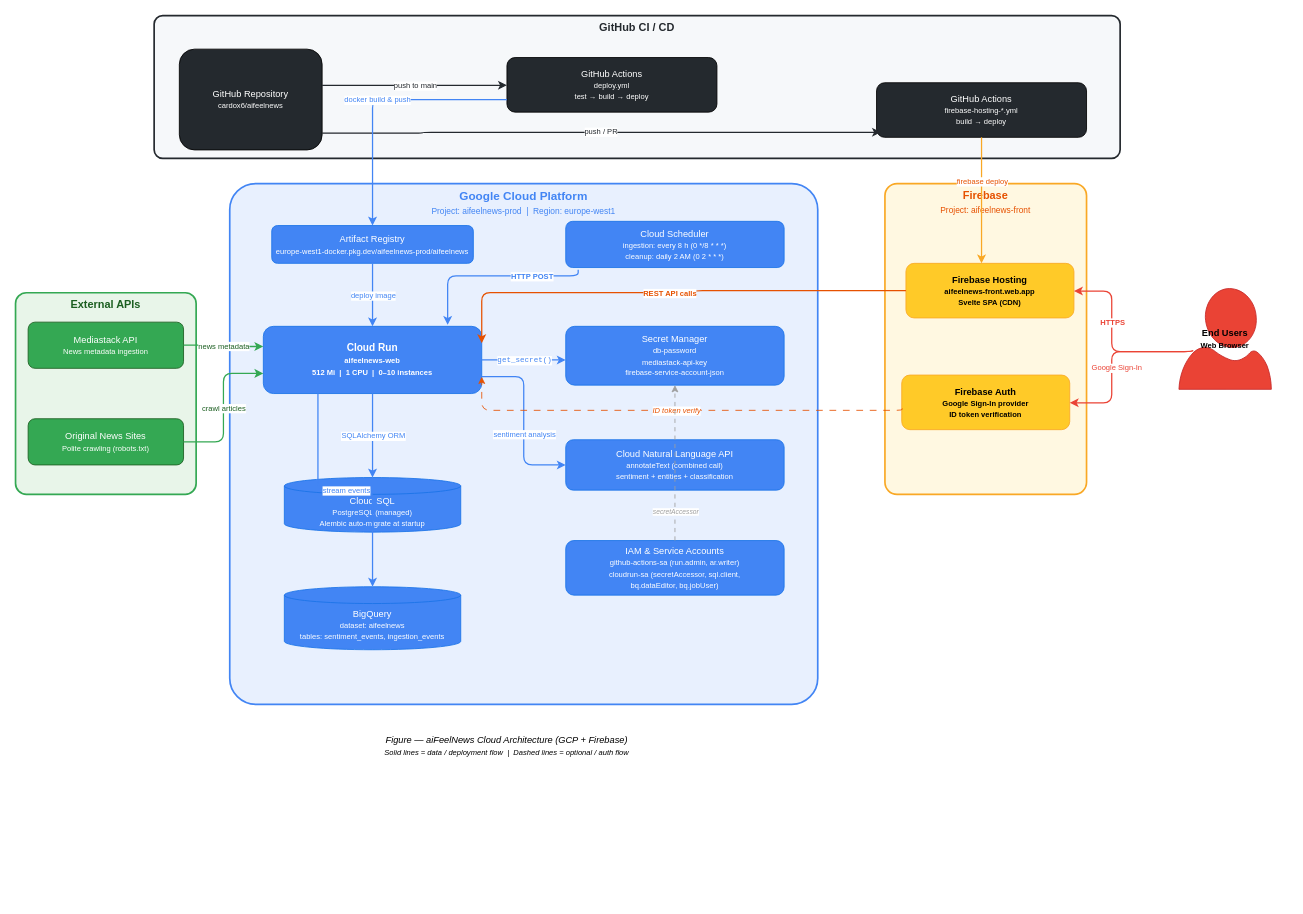
Earlier version of the draw.io diagram docs/Cloud_Architecture_Diagram.drawio.xml (cardox6/aifeelnews). Source tidied: cells renumbered, new cells numbered last; positions are measured from the earlier drawing's top-left corner, leaving out a move shared by most shapes. Both pictures are drawn from the tidied source at 84%, with x=0, y=0 at pixel (15, 15).
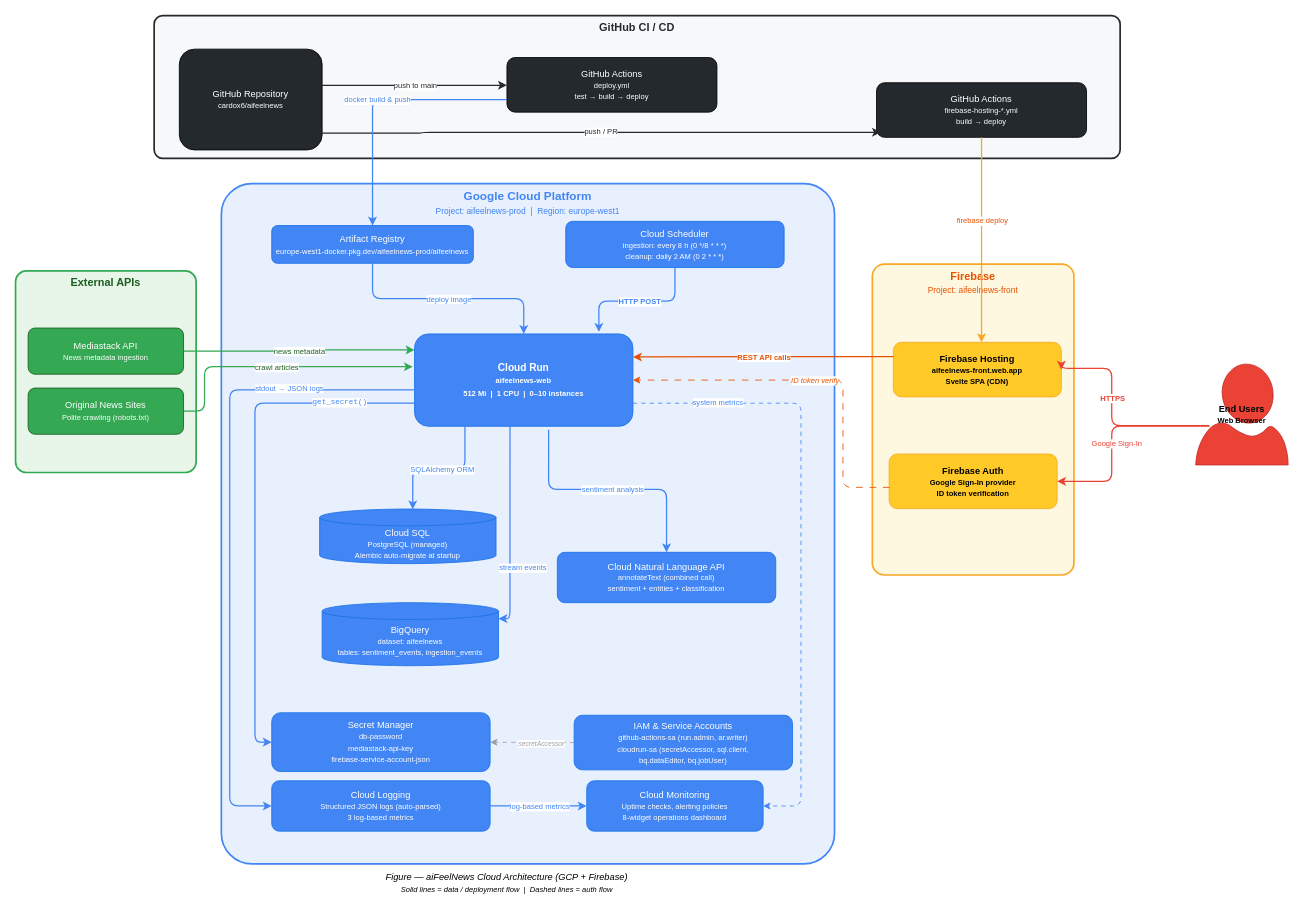
The same diagram, later.

Commit message (it also covers changes not shown here):
feat(monitoring): add Cloud Monitoring and Logging via Terraform

Unchanged cells that the change refers to:
```xml
<mxCell id="13" value="Cloud Scheduler&lt;br&gt;&lt;font style=&quot;font-size:9px&quot;&gt;ingestion: every 8 h (0 */8 * * *)&lt;br&gt;cleanup: daily 2 AM (0 2 * * *)&lt;/font&gt;" style="rounded=1;whiteSpace=wrap;html=1;fillColor=#4285F4;strokeColor=#1A73E8;fontColor=#FFFFFF;fontSize=11;" parent="1" vertex="1">
  <mxGeometry x="655" y="245" width="260" height="55" as="geometry" />
</mxCell>
<mxCell id="55" style="edgeStyle=orthogonalEdgeStyle;rounded=1;jettySize=auto;html=1;strokeWidth=1;strokeColor=#9E9E9E;dashed=1;dashPattern=5 5;" parent="1" edge="1" source="16" target="14">
  <mxGeometry relative="1" as="geometry" />
</mxCell>
```

The edit, as a diff of the source:
```diff
@@
+    <mxCell id="57" style="group;" parent="1" vertex="1">
+      <mxGeometry x="1020" y="295" width="240" height="370" as="geometry" />
+    </mxCell>
+    <mxCell id="58" style="group;" parent="57" vertex="1">
+      <mxGeometry y="1" width="240" height="370" as="geometry" />
+    </mxCell>
+    <mxCell id="4" value="Firebase&lt;br&gt;&lt;font style=&quot;font-size:10px;font-weight:normal&quot;&gt;Project: aifeelnews-front&lt;/font&gt;" style="rounded=1;whiteSpace=wrap;html=1;fillColor=#FFF8E1;strokeColor=#F9A825;strokeWidth=2;verticalAlign=top;fontStyle=1;fontSize=13;fontColor=#E65100;arcSize=6;" parent="58" vertex="1">
+      <mxGeometry width="240" height="370" as="geometry" />
+    </mxCell>
+    <mxCell id="17" value="Firebase Hosting&lt;br&gt;&lt;font style=&quot;font-size:9px&quot;&gt;aifeelnews-front.web.app&lt;br&gt;Svelte SPA (CDN)&lt;/font&gt;" style="rounded=1;whiteSpace=wrap;html=1;fillColor=#FFCA28;strokeColor=#F9A825;fontColor=#000000;fontSize=11;fontStyle=1;" parent="58" vertex="1">
+      <mxGeometry x="25" y="93" width="200" height="65" as="geometry" />
+    </mxCell>
+    <mxCell id="18" value="Firebase Auth&lt;br&gt;&lt;font style=&quot;font-size:9px&quot;&gt;Google Sign-In provider&lt;br&gt;ID token verification&lt;/font&gt;" style="rounded=1;whiteSpace=wrap;html=1;fillColor=#FFCA28;strokeColor=#F9A825;fontColor=#000000;fontSize=11;fontStyle=1;" parent="58" vertex="1">
+      <mxGeometry x="20" y="226" width="200" height="65" as="geometry" />
+    </mxCell>
@@
     <mxCell id="3" value="Google Cloud Platform&lt;br&gt;&lt;font style=&quot;font-size:10px;font-weight:normal&quot;&gt;Project: aifeelnews-prod &amp;nbsp;|&amp;nbsp; Region: europe-west1&lt;/font&gt;" style="rounded=1;whiteSpace=wrap;html=1;fillColor=#E8F0FE;strokeColor=#4285F4;strokeWidth=2;verticalAlign=top;fontStyle=1;fontSize=14;fontColor=#4285F4;arcSize=5;" parent="1" vertex="1">
-      <mxGeometry x="255" y="200" width="700" height="620" as="geometry" />
+      <mxGeometry x="245" y="200" width="730" height="810" as="geometry" />
     </mxCell>
-    <mxCell id="4" value="Firebase&lt;br&gt;&lt;font style=&quot;font-size:10px;font-weight:normal&quot;&gt;Project: aifeelnews-front&lt;/font&gt;" style="rounded=1;whiteSpace=wrap;html=1;fillColor=#FFF8E1;strokeColor=#F9A825;strokeWidth=2;verticalAlign=top;fontStyle=1;fontSize=13;fontColor=#E65100;arcSize=6;" parent="1" vertex="1">
-      <mxGeometry x="1035" y="200" width="240" height="370" as="geometry" />
-    </mxCell>
     <mxCell id="5" value="External APIs" style="rounded=1;whiteSpace=wrap;html=1;fillColor=#E8F5E9;strokeColor=#34A853;strokeWidth=2;verticalAlign=top;fontStyle=1;fontSize=13;fontColor=#1B5E20;arcSize=6;" parent="1" vertex="1">
-      <mxGeometry y="330" width="215" height="240" as="geometry" />
+      <mxGeometry y="304" width="215" height="240" as="geometry" />
     </mxCell>
@@
     <mxCell id="10" value="Cloud Run&lt;br&gt;&lt;font style=&quot;font-size:9px&quot;&gt;aifeelnews-web&lt;br&gt;512 Mi &amp;nbsp;|&amp;nbsp; 1 CPU &amp;nbsp;|&amp;nbsp; 0–10 instances&lt;/font&gt;" style="rounded=1;whiteSpace=wrap;html=1;fillColor=#4285F4;strokeColor=#1A73E8;fontColor=#FFFFFF;fontSize=12;fontStyle=1;" parent="1" vertex="1">
-      <mxGeometry x="295" y="370" width="260" height="80" as="geometry" />
+      <mxGeometry x="475" y="379" width="260" height="110" as="geometry" />
     </mxCell>
     <mxCell id="11" value="Cloud SQL&lt;br&gt;&lt;font style=&quot;font-size:9px&quot;&gt;PostgreSQL (managed)&lt;br&gt;Alembic auto-migrate at startup&lt;/font&gt;" style="shape=cylinder3;whiteSpace=wrap;html=1;boundedLbl=1;backgroundOutline=1;size=10;fillColor=#4285F4;strokeColor=#1A73E8;fontColor=#FFFFFF;fontSize=11;" parent="1" vertex="1">
-      <mxGeometry x="320" y="550" width="210" height="65" as="geometry" />
+      <mxGeometry x="362" y="587.5" width="210" height="65" as="geometry" />
     </mxCell>
     <mxCell id="12" value="BigQuery&lt;br&gt;&lt;font style=&quot;font-size:9px&quot;&gt;dataset: aifeelnews&lt;br&gt;tables: sentiment_events, ingestion_events&lt;/font&gt;" style="shape=cylinder3;whiteSpace=wrap;html=1;boundedLbl=1;backgroundOutline=1;size=10;fillColor=#4285F4;strokeColor=#1A73E8;fontColor=#FFFFFF;fontSize=11;" parent="1" vertex="1">
-      <mxGeometry x="320" y="680" width="210" height="75" as="geometry" />
+      <mxGeometry x="365" y="699" width="210" height="75" as="geometry" />
     </mxCell>
@@
     <mxCell id="14" value="Secret Manager&lt;br&gt;&lt;font style=&quot;font-size:9px&quot;&gt;db-password&lt;br&gt;mediastack-api-key&lt;br&gt;firebase-service-account-json&lt;/font&gt;" style="rounded=1;whiteSpace=wrap;html=1;fillColor=#4285F4;strokeColor=#1A73E8;fontColor=#FFFFFF;fontSize=11;" parent="1" vertex="1">
-      <mxGeometry x="655" y="370" width="260" height="70" as="geometry" />
+      <mxGeometry x="305" y="830" width="260" height="70" as="geometry" />
     </mxCell>
     <mxCell id="15" value="Cloud Natural Language API&lt;br&gt;&lt;font style=&quot;font-size:9px&quot;&gt;annotateText (combined call)&lt;br&gt;sentiment + entities + classification&lt;/font&gt;" style="rounded=1;whiteSpace=wrap;html=1;fillColor=#4285F4;strokeColor=#1A73E8;fontColor=#FFFFFF;fontSize=11;" parent="1" vertex="1">
-      <mxGeometry x="655" y="505" width="260" height="60" as="geometry" />
+      <mxGeometry x="645" y="639" width="260" height="60" as="geometry" />
     </mxCell>
     <mxCell id="16" value="IAM &amp;amp; Service Accounts&lt;br&gt;&lt;font style=&quot;font-size:9px&quot;&gt;github-actions-sa (run.admin, ar.writer)&lt;br&gt;cloudrun-sa (secretAccessor, sql.client,&lt;br&gt;bq.dataEditor, bq.jobUser)&lt;/font&gt;" style="rounded=1;whiteSpace=wrap;html=1;fillColor=#4285F4;strokeColor=#1A73E8;fontColor=#FFFFFF;fontSize=11;" parent="1" vertex="1">
-      <mxGeometry x="655" y="625" width="260" height="65" as="geometry" />
+      <mxGeometry x="665" y="833" width="260" height="65" as="geometry" />
     </mxCell>
-    <mxCell id="17" value="Firebase Hosting&lt;br&gt;&lt;font style=&quot;font-size:9px&quot;&gt;aifeelnews-front.web.app&lt;br&gt;Svelte SPA (CDN)&lt;/font&gt;" style="rounded=1;whiteSpace=wrap;html=1;fillColor=#FFCA28;strokeColor=#F9A825;fontColor=#000000;fontSize=11;fontStyle=1;" parent="1" vertex="1">
-      <mxGeometry x="1060" y="295" width="200" height="65" as="geometry" />
-    </mxCell>
-    <mxCell id="18" value="Firebase Auth&lt;br&gt;&lt;font style=&quot;font-size:9px&quot;&gt;Google Sign-In provider&lt;br&gt;ID token verification&lt;/font&gt;" style="rounded=1;whiteSpace=wrap;html=1;fillColor=#FFCA28;strokeColor=#F9A825;fontColor=#000000;fontSize=11;fontStyle=1;" parent="1" vertex="1">
-      <mxGeometry x="1055" y="428" width="200" height="65" as="geometry" />
-    </mxCell>
     <mxCell id="19" value="Mediastack API&lt;br&gt;&lt;font style=&quot;font-size:9px&quot;&gt;News metadata ingestion&lt;/font&gt;" style="rounded=1;whiteSpace=wrap;html=1;fillColor=#34A853;strokeColor=#1B5E20;fontColor=#FFFFFF;fontSize=11;" parent="1" vertex="1">
-      <mxGeometry x="15" y="365" width="185" height="55" as="geometry" />
+      <mxGeometry x="15" y="372" width="185" height="55" as="geometry" />
     </mxCell>
     <mxCell id="20" value="Original News Sites&lt;br&gt;&lt;font style=&quot;font-size:9px&quot;&gt;Polite crawling (robots.txt)&lt;/font&gt;" style="rounded=1;whiteSpace=wrap;html=1;fillColor=#34A853;strokeColor=#1B5E20;fontColor=#FFFFFF;fontSize=11;" parent="1" vertex="1">
-      <mxGeometry x="15" y="480" width="185" height="55" as="geometry" />
+      <mxGeometry x="15" y="443.5" width="185" height="55" as="geometry" />
     </mxCell>
     <mxCell id="21" value="End Users&lt;br&gt;&lt;font style=&quot;font-size:9px&quot;&gt;Web Browser&lt;/font&gt;" style="shape=mxgraph.azure.user;whiteSpace=wrap;html=1;fillColor=#EA4335;strokeColor=#C62828;fontColor=#000000;fontSize=11;fontStyle=1;" parent="1" vertex="1">
-      <mxGeometry x="1385" y="325" width="110" height="120" as="geometry" />
+      <mxGeometry x="1405" y="415" width="110" height="120" as="geometry" />
     </mxCell>
+    <mxCell id="59" value="Cloud Logging&lt;br&gt;&lt;font style=&quot;font-size:9px&quot;&gt;Structured JSON logs (auto-parsed)&lt;br&gt;3 log-based metrics&lt;/font&gt;" style="rounded=1;whiteSpace=wrap;html=1;fillColor=#4285F4;strokeColor=#1A73E8;fontColor=#FFFFFF;fontSize=11;" parent="1" vertex="1">
+      <mxGeometry x="305" y="911" width="260" height="60" as="geometry" />
+    </mxCell>
+    <mxCell id="60" value="Cloud Monitoring&lt;br&gt;&lt;font style=&quot;font-size:9px&quot;&gt;Uptime checks, alerting policies&lt;br&gt;8-widget operations dashboard&lt;/font&gt;" style="rounded=1;whiteSpace=wrap;html=1;fillColor=#4285F4;strokeColor=#1A73E8;fontColor=#FFFFFF;fontSize=11;" parent="1" vertex="1">
+      <mxGeometry x="680" y="911" width="210" height="60" as="geometry" />
+    </mxCell>
+    <mxCell id="61" style="edgeStyle=orthogonalEdgeStyle;rounded=1;jettySize=auto;html=1;strokeWidth=1.5;strokeColor=#4285F4;exitX=0.005;exitY=0.606;exitDx=0;exitDy=0;entryX=0;entryY=0.5;entryDx=0;entryDy=0;exitPerimeter=0;" parent="1" edge="1" source="10" target="59">
+      <mxGeometry relative="1" as="geometry">
+        <Array as="points">
+          <mxPoint x="255" y="446" />
+          <mxPoint x="255" y="941" />
+        </Array>
+      </mxGeometry>
+    </mxCell>
+    <mxCell id="62" value="stdout → JSON logs" style="edgeLabel;html=1;align=center;verticalAlign=middle;fontSize=9;fontColor=#4285F4;" parent="61" vertex="1">
+      <mxGeometry relative="1" as="geometry">
+        <mxPoint x="70" y="-164" as="offset" />
+      </mxGeometry>
+    </mxCell>
+    <mxCell id="63" style="edgeStyle=orthogonalEdgeStyle;rounded=1;jettySize=auto;html=1;strokeWidth=1.5;strokeColor=#4285F4;exitX=1;exitY=0.5;exitDx=0;exitDy=0;entryX=0;entryY=0.5;entryDx=0;entryDy=0;" parent="1" edge="1" source="59" target="60">
+      <mxGeometry relative="1" as="geometry" />
+    </mxCell>
+    <mxCell id="64" value="log-based metrics" style="edgeLabel;html=1;align=center;verticalAlign=middle;fontSize=9;fontColor=#4285F4;" parent="63" vertex="1">
+      <mxGeometry relative="1" as="geometry" />
+    </mxCell>
+    <mxCell id="65" style="edgeStyle=orthogonalEdgeStyle;rounded=1;jettySize=auto;html=1;strokeWidth=1;strokeColor=#4285F4;dashed=1;dashPattern=5 5;exitX=1;exitY=0.75;exitDx=0;exitDy=0;entryX=1;entryY=0.5;entryDx=0;entryDy=0;" parent="1" edge="1" source="10" target="60">
+      <mxGeometry relative="1" as="geometry">
+        <Array as="points">
+          <mxPoint x="935" y="461" />
+          <mxPoint x="935" y="941" />
+        </Array>
+      </mxGeometry>
+    </mxCell>
+    <mxCell id="66" value="system metrics" style="edgeLabel;html=1;align=center;verticalAlign=middle;fontFamily=Helvetica;fontSize=9;fontColor=#4285F4;labelBackgroundColor=default;fillColor=none;gradientColor=none;" parent="65" vertex="1">
+      <mxGeometry x="0.49" y="-1" relative="1" as="geometry">
+        <mxPoint x="-99" y="-341" as="offset" />
+      </mxGeometry>
+    </mxCell>
-    <mxCell id="22" value="Figure — aiFeelNews Cloud Architecture (GCP + Firebase)&lt;br&gt;&lt;font style=&quot;font-size:9px&quot;&gt;Solid lines = data / deployment flow &amp;nbsp;|&amp;nbsp; Dashed lines = optional / auth flow&lt;/font&gt;" style="text;html=1;whiteSpace=wrap;strokeColor=none;fillColor=none;align=center;verticalAlign=middle;fontSize=11;fontStyle=2;" parent="1" vertex="1">
-      <mxGeometry x="335" y="850" width="500" height="40" as="geometry" />
+    <mxCell id="22" value="Figure — aiFeelNews Cloud Architecture (GCP + Firebase)&lt;br&gt;&lt;font style=&quot;font-size:9px&quot;&gt;Solid lines = data / deployment flow &amp;nbsp;|&amp;nbsp; Dashed lines = auth flow&lt;/font&gt;" style="text;html=1;whiteSpace=wrap;strokeColor=none;fillColor=none;align=center;verticalAlign=middle;fontSize=11;fontStyle=2;" parent="1" vertex="1">
+      <mxGeometry x="335" y="1013" width="500" height="40" as="geometry" />
     </mxCell>
@@
-    <mxCell id="33" style="edgeStyle=orthogonalEdgeStyle;rounded=1;jettySize=auto;html=1;strokeWidth=1.5;strokeColor=#4285F4;exitX=0.057;exitY=1.048;exitDx=0;exitDy=0;entryX=0.844;entryY=-0.022;entryDx=0;entryDy=0;entryPerimeter=0;exitPerimeter=0;" parent="1" edge="1" source="13" target="10">
+    <mxCell id="33" style="edgeStyle=orthogonalEdgeStyle;rounded=1;jettySize=auto;html=1;strokeWidth=1.5;strokeColor=#4285F4;exitX=0.5;exitY=1;exitDx=0;exitDy=0;entryX=0.844;entryY=-0.022;entryDx=0;entryDy=0;entryPerimeter=0;" parent="1" edge="1" source="13" target="10">
       <mxGeometry relative="1" as="geometry">
         <Array as="points">
-          <mxPoint x="670" y="310" />
-          <mxPoint x="514" y="310" />
+          <mxPoint x="785" y="340" />
+          <mxPoint x="694" y="340" />
         </Array>
       </mxGeometry>
     </mxCell>
     <mxCell id="34" value="HTTP POST" style="edgeLabel;html=1;align=center;verticalAlign=middle;fontSize=9;fontColor=#4285F4;fontStyle=1;" parent="33" vertex="1">
       <mxGeometry relative="1" as="geometry">
-        <mxPoint x="48" as="offset" />
+        <mxPoint x="1" as="offset" />
       </mxGeometry>
     </mxCell>
-    <mxCell id="35" style="edgeStyle=orthogonalEdgeStyle;rounded=1;jettySize=auto;html=1;strokeWidth=1.5;strokeColor=#4285F4;" parent="1" edge="1" source="10" target="11">
-      <mxGeometry relative="1" as="geometry" />
+    <mxCell id="35" style="edgeStyle=orthogonalEdgeStyle;rounded=1;jettySize=auto;html=1;strokeWidth=1.5;strokeColor=#4285F4;entryX=0.528;entryY=0.006;entryDx=0;entryDy=0;entryPerimeter=0;" parent="1" edge="1" target="11">
+      <mxGeometry relative="1" as="geometry">
+        <mxPoint x="535" y="487" as="sourcePoint" />
+        <Array as="points">
+          <mxPoint x="535" y="540" />
+          <mxPoint x="473" y="540" />
+        </Array>
+      </mxGeometry>
     </mxCell>
@@
-    <mxCell id="37" style="edgeStyle=orthogonalEdgeStyle;rounded=1;jettySize=auto;html=1;strokeWidth=1.5;strokeColor=#4285F4;exitX=0.25;exitY=1;exitDx=0;exitDy=0;" parent="1" edge="1" source="10" target="12">
-      <mxGeometry relative="1" as="geometry" />
+    <mxCell id="37" style="edgeStyle=orthogonalEdgeStyle;rounded=1;jettySize=auto;html=1;strokeWidth=1.5;strokeColor=#4285F4;exitX=0.437;exitY=0.985;exitDx=0;exitDy=0;exitPerimeter=0;" parent="1" edge="1" source="10" target="12">
+      <mxGeometry relative="1" as="geometry">
+        <Array as="points">
+          <mxPoint x="589" y="718" />
+        </Array>
+      </mxGeometry>
     </mxCell>
     <mxCell id="38" value="stream events" style="edgeLabel;html=1;align=center;verticalAlign=middle;fontSize=9;fontColor=#4285F4;" parent="37" vertex="1">
-      <mxGeometry relative="1" as="geometry" />
+      <mxGeometry relative="1" as="geometry">
+        <mxPoint x="15" y="48" as="offset" />
+      </mxGeometry>
     </mxCell>
-    <mxCell id="39" style="edgeStyle=orthogonalEdgeStyle;rounded=1;jettySize=auto;html=1;strokeWidth=1.5;strokeColor=#4285F4;" parent="1" edge="1" source="10" target="14">
+    <mxCell id="39" style="edgeStyle=orthogonalEdgeStyle;rounded=1;jettySize=auto;html=1;strokeWidth=1.5;strokeColor=#4285F4;entryX=0;entryY=0.5;entryDx=0;entryDy=0;exitX=0;exitY=0.75;exitDx=0;exitDy=0;" parent="1" edge="1" source="10" target="14">
       <mxGeometry relative="1" as="geometry">
         <Array as="points">
-          <mxPoint x="635" y="410" />
-          <mxPoint x="635" y="410" />
+          <mxPoint x="285" y="461" />
+          <mxPoint x="285" y="865" />
         </Array>
       </mxGeometry>
     </mxCell>
     <mxCell id="40" value="get_secret()" style="edgeLabel;html=1;align=center;verticalAlign=middle;fontSize=9;fontColor=#4285F4;fontFamily=Courier New;" parent="39" vertex="1">
-      <mxGeometry relative="1" as="geometry" />
+      <mxGeometry relative="1" as="geometry">
+        <mxPoint x="100" y="-118" as="offset" />
+      </mxGeometry>
     </mxCell>
-    <mxCell id="41" style="edgeStyle=orthogonalEdgeStyle;rounded=1;jettySize=auto;html=1;strokeWidth=1.5;strokeColor=#4285F4;exitX=1;exitY=0.75;exitDx=0;exitDy=0;entryX=0;entryY=0.5;entryDx=0;entryDy=0;" parent="1" edge="1" source="10" target="15">
+    <mxCell id="41" style="edgeStyle=orthogonalEdgeStyle;rounded=1;jettySize=auto;html=1;strokeWidth=1.5;strokeColor=#4285F4;exitX=0.614;exitY=1.036;exitDx=0;exitDy=0;entryX=0.5;entryY=0;entryDx=0;entryDy=0;exitPerimeter=0;" parent="1" edge="1" source="10" target="15">
       <mxGeometry relative="1" as="geometry" />
     </mxCell>
     <mxCell id="42" value="sentiment analysis" style="edgeLabel;html=1;align=center;verticalAlign=middle;fontSize=9;fontColor=#4285F4;" parent="41" vertex="1">
       <mxGeometry relative="1" as="geometry">
-        <mxPoint y="15" as="offset" />
+        <mxPoint x="4" as="offset" />
       </mxGeometry>
     </mxCell>
-    <mxCell id="43" style="edgeStyle=orthogonalEdgeStyle;rounded=1;jettySize=auto;html=1;strokeWidth=1.5;strokeColor=#34A853;entryX=0;entryY=0.3;entryDx=0;entryDy=0;" parent="1" edge="1" source="19" target="10">
+    <mxCell id="43" style="edgeStyle=orthogonalEdgeStyle;rounded=1;jettySize=auto;html=1;strokeWidth=1.5;strokeColor=#34A853;entryX=0;entryY=0.173;entryDx=0;entryDy=0;entryPerimeter=0;" parent="1" edge="1" source="19" target="10">
       <mxGeometry relative="1" as="geometry" />
     </mxCell>
@@
-    <mxCell id="45" style="edgeStyle=orthogonalEdgeStyle;rounded=1;jettySize=auto;html=1;strokeWidth=1.5;strokeColor=#34A853;entryX=0;entryY=0.7;entryDx=0;entryDy=0;" parent="1" edge="1" source="20" target="10">
-      <mxGeometry relative="1" as="geometry" />
+    <mxCell id="45" style="edgeStyle=orthogonalEdgeStyle;rounded=1;jettySize=auto;html=1;strokeWidth=1.5;strokeColor=#34A853;entryX=-0.008;entryY=0.355;entryDx=0;entryDy=0;entryPerimeter=0;" parent="1" edge="1" source="20" target="10">
+      <mxGeometry relative="1" as="geometry">
+        <Array as="points">
+          <mxPoint x="225" y="471" />
+          <mxPoint x="225" y="418" />
+        </Array>
+      </mxGeometry>
     </mxCell>
@@
-    <mxCell id="47" style="edgeStyle=orthogonalEdgeStyle;rounded=1;jettySize=auto;html=1;strokeWidth=1.5;strokeColor=#EA4335;exitX=0.144;exitY=0.609;exitDx=0;exitDy=0;exitPerimeter=0;" parent="1" edge="1" source="21" target="17">
+    <mxCell id="47" style="edgeStyle=orthogonalEdgeStyle;rounded=1;jettySize=auto;html=1;strokeWidth=1.5;strokeColor=#EA4335;exitX=0.144;exitY=0.609;exitDx=0;exitDy=0;exitPerimeter=0;entryX=1;entryY=0.5;entryDx=0;entryDy=0;" parent="1" edge="1" source="21" target="17">
       <mxGeometry relative="1" as="geometry">
         <Array as="points">
-          <mxPoint x="1401" y="400" />
-          <mxPoint x="1305" y="400" />
-          <mxPoint x="1305" y="328" />
+          <mxPoint x="1305" y="488" />
+          <mxPoint x="1305" y="420" />
+          <mxPoint x="1245" y="420" />
         </Array>
       </mxGeometry>
     </mxCell>
@@
-    <mxCell id="49" style="edgeStyle=orthogonalEdgeStyle;rounded=1;jettySize=auto;html=1;strokeWidth=1.5;strokeColor=#EA4335;exitX=0.151;exitY=0.615;exitDx=0;exitDy=0;exitPerimeter=0;" parent="1" edge="1" source="21" target="18">
+    <mxCell id="49" style="edgeStyle=orthogonalEdgeStyle;rounded=1;jettySize=auto;html=1;strokeWidth=1.5;strokeColor=#EA4335;exitX=0.151;exitY=0.615;exitDx=0;exitDy=0;exitPerimeter=0;entryX=1;entryY=0.5;entryDx=0;entryDy=0;" parent="1" edge="1" source="21" target="18">
       <mxGeometry relative="1" as="geometry">
         <Array as="points">
-          <mxPoint x="1402" y="400" />
-          <mxPoint x="1305" y="400" />
-          <mxPoint x="1305" y="461" />
+          <mxPoint x="1305" y="489" />
+          <mxPoint x="1305" y="555" />
         </Array>
       </mxGeometry>
     </mxCell>
@@
-    <mxCell id="51" style="edgeStyle=orthogonalEdgeStyle;rounded=1;jettySize=auto;html=1;strokeWidth=1.5;strokeColor=#E65100;exitX=0;exitY=0.5;exitDx=0;exitDy=0;entryX=1;entryY=0.25;entryDx=0;entryDy=0;" parent="1" edge="1" source="17" target="10">
+    <mxCell id="51" style="edgeStyle=orthogonalEdgeStyle;rounded=1;jettySize=auto;html=1;strokeWidth=1.5;strokeColor=#E65100;entryX=1;entryY=0.25;entryDx=0;entryDy=0;" parent="1" edge="1" source="17" target="10">
       <mxGeometry relative="1" as="geometry">
         <Array as="points">
-          <mxPoint x="808" y="328" />
-          <mxPoint x="808" y="330" />
-          <mxPoint x="555" y="330" />
+          <mxPoint x="965" y="406" />
+          <mxPoint x="965" y="406" />
         </Array>
       </mxGeometry>
     </mxCell>
@@
-    <mxCell id="53" style="edgeStyle=orthogonalEdgeStyle;rounded=1;jettySize=auto;html=1;strokeWidth=1;strokeColor=#E65100;dashed=1;dashPattern=8 8;exitX=0.003;exitY=0.611;exitDx=0;exitDy=0;entryX=1;entryY=0.75;entryDx=0;entryDy=0;exitPerimeter=0;" parent="1" edge="1" source="18" target="10">
+    <mxCell id="53" style="edgeStyle=orthogonalEdgeStyle;rounded=1;jettySize=auto;html=1;strokeWidth=1;strokeColor=#E65100;dashed=1;dashPattern=8 8;exitX=0.003;exitY=0.611;exitDx=0;exitDy=0;exitPerimeter=0;entryX=1;entryY=0.5;entryDx=0;entryDy=0;" parent="1" edge="1" source="18" target="10">
       <mxGeometry relative="1" as="geometry">
         <Array as="points">
-          <mxPoint x="1056" y="470" />
-          <mxPoint x="555" y="470" />
+          <mxPoint x="985" y="562" />
+          <mxPoint x="985" y="434" />
         </Array>
       </mxGeometry>
     </mxCell>
@@
     <mxCell id="56" value="secretAccessor" style="edgeLabel;html=1;align=center;verticalAlign=middle;fontSize=8;fontColor=#9E9E9E;fontStyle=2;" parent="55" vertex="1">
       <mxGeometry relative="1" as="geometry">
-        <mxPoint y="58" as="offset" />
+        <mxPoint x="10" y="1" as="offset" />
       </mxGeometry>
     </mxCell>
```
